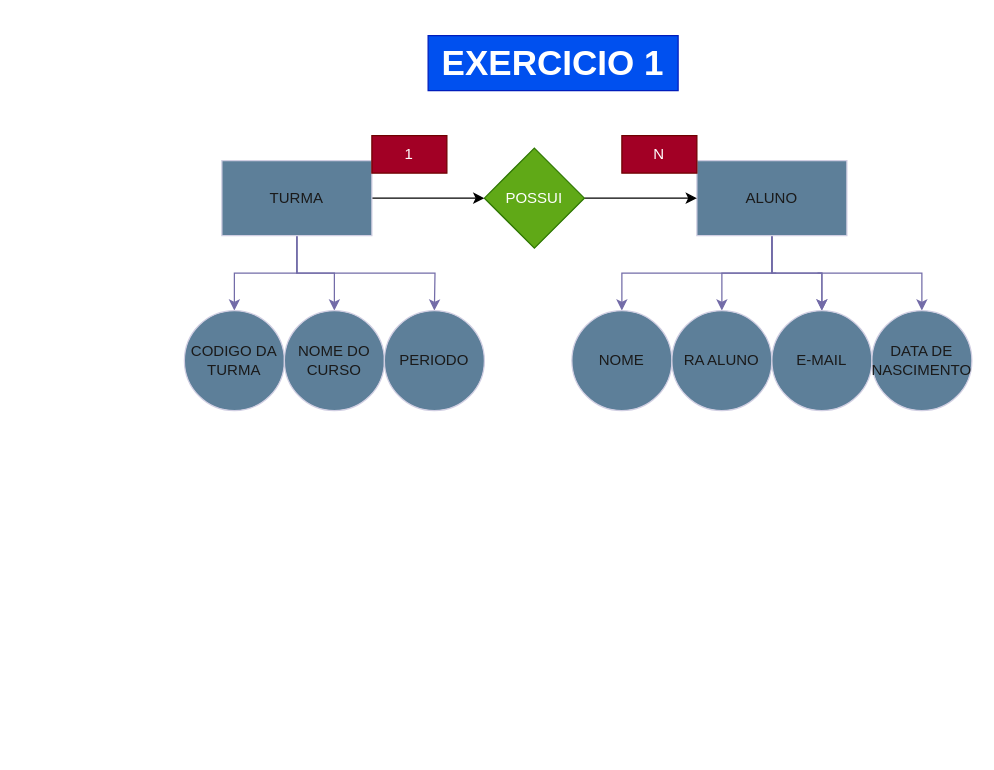
CesarAugustoNew/Administrador-banco-de-dados keeps this draw.io diagram as ModelagemComDrawio/ESCOLA.drawio. Above is the earlier version. Source tidied: cells renumbered, new cells numbered last; positions are measured from the earlier drawing's top-left corner, leaving out a move shared by most shapes. Both pictures are drawn from the tidied source at 125%, with x=0, y=0 at pixel (184, 35).
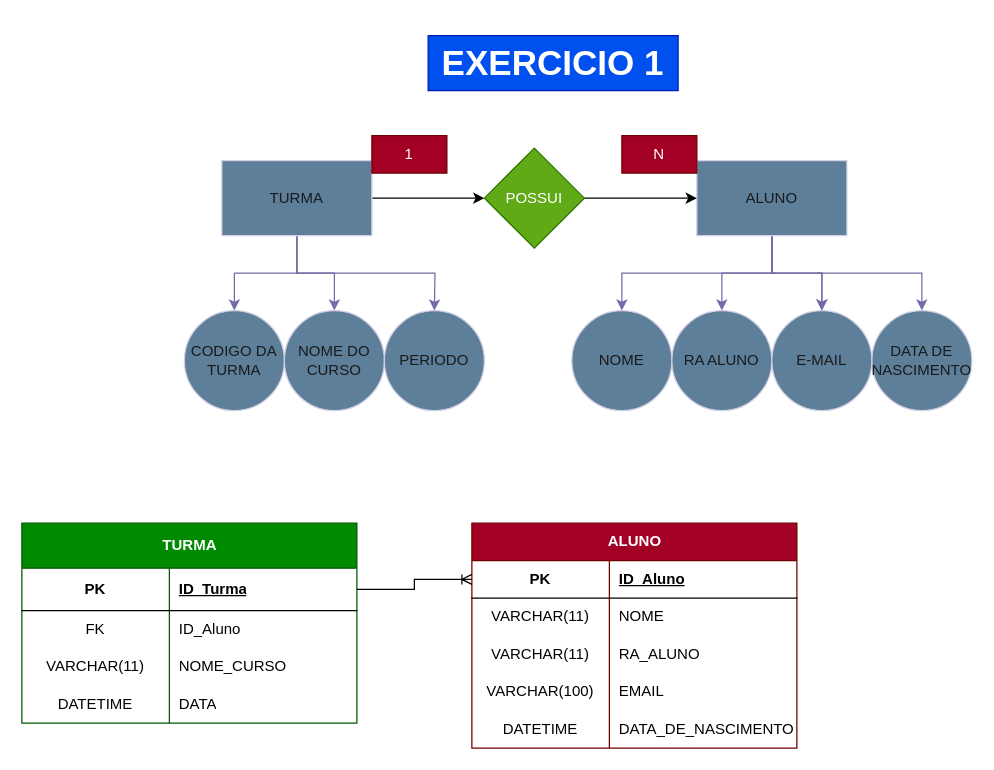
Above is the later version.

The edit, as a diff of the source:
```diff
@@
+    <mxCell id="25" value="TURMA" style="shape=table;startSize=36;childLayout=tableLayout;rowLines=0;fontStyle=1;align=center;html=1;fillColor=#008a00;fontColor=#ffffff;strokeColor=#005700;miterlimit=4;" parent="1" vertex="1">
+      <mxGeometry x="-130" y="390" width="268" height="160" as="geometry" />
+    </mxCell>
+    <mxCell id="26" style="shape=tableRow;horizontal=0;startSize=0;swimlaneHead=0;swimlaneBody=0;fillColor=none;points=[[0,0.5],[1,0.5]];portConstraint=eastwest;top=0;left=0;right=0;bottom=1;" parent="25" vertex="1">
+      <mxGeometry y="36" width="268" height="34" as="geometry" />
+    </mxCell>
+    <mxCell id="27" value="PK" style="shape=partialRectangle;fillColor=none;top=0;left=0;bottom=0;right=0;fontStyle=1;overflow=hidden;whiteSpace=wrap;html=1;" parent="26" vertex="1">
+      <mxGeometry width="118" height="34" as="geometry" />
+    </mxCell>
+    <mxCell id="28" value="ID_Turma" style="shape=partialRectangle;fillColor=none;top=0;left=0;bottom=0;right=0;align=left;spacingLeft=6;fontStyle=5;overflow=hidden;whiteSpace=wrap;html=1;" parent="26" vertex="1">
+      <mxGeometry x="118" width="150" height="34" as="geometry" />
+    </mxCell>
+    <mxCell id="29" style="shape=tableRow;horizontal=0;startSize=0;swimlaneHead=0;swimlaneBody=0;fillColor=none;top=0;left=0;right=0;bottom=0;" parent="25" vertex="1">
+      <mxGeometry y="70" width="268" height="30" as="geometry" />
+    </mxCell>
+    <mxCell id="30" value="FK" style="shape=partialRectangle;fillColor=none;top=0;left=0;bottom=0;right=0;overflow=hidden;whiteSpace=wrap;html=1;" parent="29" vertex="1">
+      <mxGeometry width="118" height="30" as="geometry" />
+    </mxCell>
+    <mxCell id="31" value="ID_Aluno" style="shape=partialRectangle;fillColor=none;top=0;left=0;bottom=0;right=0;align=left;spacingLeft=6;overflow=hidden;whiteSpace=wrap;html=1;" parent="29" vertex="1">
+      <mxGeometry x="118" width="150" height="30" as="geometry" />
+    </mxCell>
+    <mxCell id="32" style="shape=tableRow;horizontal=0;startSize=0;swimlaneHead=0;swimlaneBody=0;fillColor=none;top=0;left=0;right=0;bottom=0;" parent="25" vertex="1">
+      <mxGeometry y="100" width="268" height="30" as="geometry" />
+    </mxCell>
+    <mxCell id="33" value="VARCHAR(11)" style="shape=partialRectangle;fillColor=none;top=0;left=0;bottom=0;right=0;overflow=hidden;whiteSpace=wrap;html=1;" parent="32" vertex="1">
+      <mxGeometry width="118" height="30" as="geometry" />
+    </mxCell>
+    <mxCell id="34" value="NOME_CURSO" style="shape=partialRectangle;fillColor=none;top=0;left=0;bottom=0;right=0;align=left;spacingLeft=6;overflow=hidden;whiteSpace=wrap;html=1;" parent="32" vertex="1">
+      <mxGeometry x="118" width="150" height="30" as="geometry" />
+    </mxCell>
+    <mxCell id="35" style="shape=tableRow;horizontal=0;startSize=0;swimlaneHead=0;swimlaneBody=0;fillColor=none;top=0;left=0;right=0;bottom=0;" parent="25" vertex="1">
+      <mxGeometry y="130" width="268" height="30" as="geometry" />
+    </mxCell>
+    <mxCell id="36" value="DATETIME" style="shape=partialRectangle;fillColor=none;top=0;left=0;bottom=0;right=0;overflow=hidden;whiteSpace=wrap;html=1;" parent="35" vertex="1">
+      <mxGeometry width="118" height="30" as="geometry" />
+    </mxCell>
+    <mxCell id="37" value="DATA" style="shape=partialRectangle;fillColor=none;top=0;left=0;bottom=0;right=0;align=left;spacingLeft=6;overflow=hidden;whiteSpace=wrap;html=1;" parent="35" vertex="1">
+      <mxGeometry x="118" width="150" height="30" as="geometry" />
+    </mxCell>
+    <mxCell id="38" value="ALUNO" style="shape=table;startSize=30;childLayout=tableLayout;rowLines=0;fontStyle=1;align=center;html=1;fillColor=#a20025;strokeColor=#6F0000;fontColor=#ffffff;" parent="1" vertex="1">
+      <mxGeometry x="230" y="390" width="260" height="180" as="geometry" />
+    </mxCell>
+    <mxCell id="39" style="shape=tableRow;horizontal=0;startSize=0;swimlaneHead=0;swimlaneBody=0;fillColor=none;points=[[0,0.5],[1,0.5]];portConstraint=eastwest;top=0;left=0;right=0;bottom=1;" parent="38" vertex="1">
+      <mxGeometry y="30" width="260" height="30" as="geometry" />
+    </mxCell>
+    <mxCell id="40" value="PK" style="shape=partialRectangle;fillColor=none;top=0;left=0;bottom=0;right=0;fontStyle=1;overflow=hidden;whiteSpace=wrap;html=1;" parent="39" vertex="1">
+      <mxGeometry width="110" height="30" as="geometry" />
+    </mxCell>
+    <mxCell id="41" value="ID_Aluno" style="shape=partialRectangle;fillColor=none;top=0;left=0;bottom=0;right=0;align=left;spacingLeft=6;fontStyle=5;overflow=hidden;whiteSpace=wrap;html=1;" parent="39" vertex="1">
+      <mxGeometry x="110" width="150" height="30" as="geometry" />
+    </mxCell>
+    <mxCell id="42" style="shape=tableRow;horizontal=0;startSize=0;swimlaneHead=0;swimlaneBody=0;fillColor=none;top=0;left=0;right=0;bottom=0;" parent="38" vertex="1">
+      <mxGeometry y="60" width="260" height="30" as="geometry" />
+    </mxCell>
+    <mxCell id="43" value="VARCHAR(11)" style="shape=partialRectangle;fillColor=none;top=0;left=0;bottom=0;right=0;overflow=hidden;whiteSpace=wrap;html=1;" parent="42" vertex="1">
+      <mxGeometry width="110" height="30" as="geometry" />
+    </mxCell>
+    <mxCell id="44" value="NOME" style="shape=partialRectangle;fillColor=none;top=0;left=0;bottom=0;right=0;align=left;spacingLeft=6;overflow=hidden;whiteSpace=wrap;html=1;" parent="42" vertex="1">
+      <mxGeometry x="110" width="150" height="30" as="geometry" />
+    </mxCell>
+    <mxCell id="45" style="shape=tableRow;horizontal=0;startSize=0;swimlaneHead=0;swimlaneBody=0;fillColor=none;top=0;left=0;right=0;bottom=0;" parent="38" vertex="1">
+      <mxGeometry y="90" width="260" height="30" as="geometry" />
+    </mxCell>
+    <mxCell id="46" value="VARCHAR(11)" style="shape=partialRectangle;fillColor=none;top=0;left=0;bottom=0;right=0;overflow=hidden;whiteSpace=wrap;html=1;" parent="45" vertex="1">
+      <mxGeometry width="110" height="30" as="geometry" />
+    </mxCell>
+    <mxCell id="47" value="RA_ALUNO" style="shape=partialRectangle;fillColor=none;top=0;left=0;bottom=0;right=0;align=left;spacingLeft=6;overflow=hidden;whiteSpace=wrap;html=1;" parent="45" vertex="1">
+      <mxGeometry x="110" width="150" height="30" as="geometry" />
+    </mxCell>
+    <mxCell id="48" style="shape=tableRow;horizontal=0;startSize=0;swimlaneHead=0;swimlaneBody=0;fillColor=none;top=0;left=0;right=0;bottom=0;" parent="38" vertex="1">
+      <mxGeometry y="120" width="260" height="30" as="geometry" />
+    </mxCell>
+    <mxCell id="49" value="VARCHAR(100)" style="shape=partialRectangle;fillColor=none;top=0;left=0;bottom=0;right=0;overflow=hidden;whiteSpace=wrap;html=1;" parent="48" vertex="1">
+      <mxGeometry width="110" height="30" as="geometry" />
+    </mxCell>
+    <mxCell id="50" value="EMAIL" style="shape=partialRectangle;fillColor=none;top=0;left=0;bottom=0;right=0;align=left;spacingLeft=6;overflow=hidden;whiteSpace=wrap;html=1;" parent="48" vertex="1">
+      <mxGeometry x="110" width="150" height="30" as="geometry" />
+    </mxCell>
+    <mxCell id="51" style="shape=tableRow;horizontal=0;startSize=0;swimlaneHead=0;swimlaneBody=0;fillColor=none;top=0;left=0;right=0;bottom=0;" parent="38" vertex="1">
+      <mxGeometry y="150" width="260" height="30" as="geometry" />
+    </mxCell>
+    <mxCell id="52" value="DATETIME" style="shape=partialRectangle;fillColor=none;top=0;left=0;bottom=0;right=0;overflow=hidden;whiteSpace=wrap;html=1;" parent="51" vertex="1">
+      <mxGeometry width="110" height="30" as="geometry" />
+    </mxCell>
+    <mxCell id="53" value="DATA_DE_NASCIMENTO" style="shape=partialRectangle;fillColor=none;top=0;left=0;bottom=0;right=0;align=left;spacingLeft=6;overflow=hidden;whiteSpace=wrap;html=1;" parent="51" vertex="1">
+      <mxGeometry x="110" width="150" height="30" as="geometry" />
+    </mxCell>
+    <mxCell id="54" style="edgeStyle=orthogonalEdgeStyle;fontSize=12;html=1;endArrow=ERoneToMany;rounded=0;exitX=1;exitY=0.5;exitDx=0;exitDy=0;entryX=0;entryY=0.5;entryDx=0;entryDy=0;" parent="1" edge="1" source="26" target="39">
+      <mxGeometry relative="1" as="geometry" />
+    </mxCell>
```
